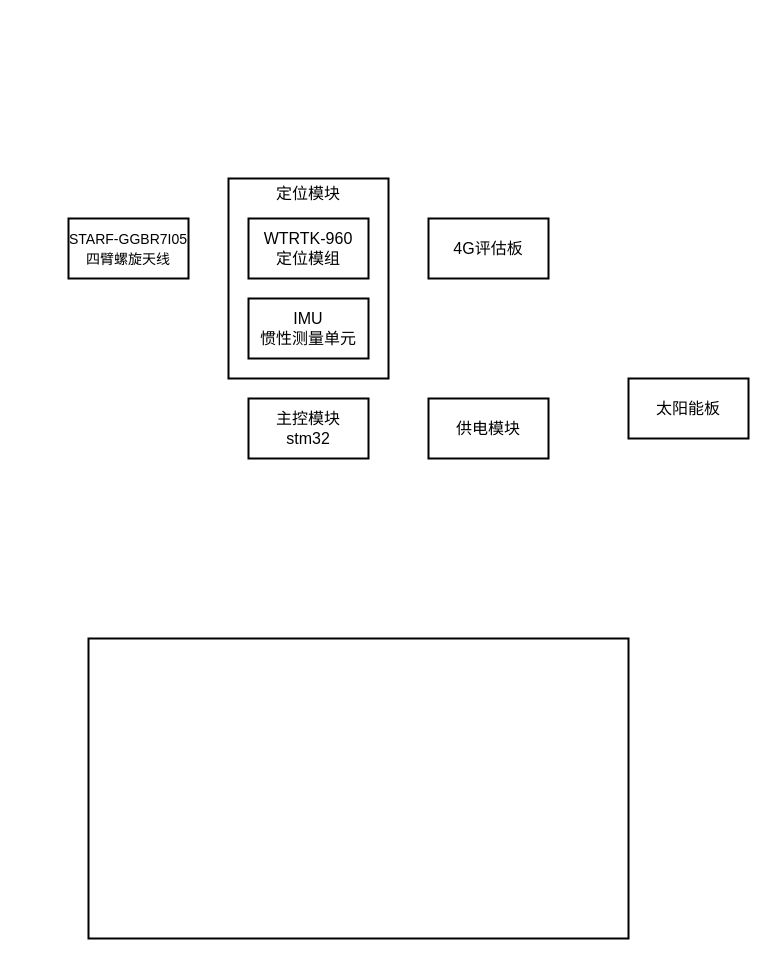
tanyunhao/lyf keeps this draw.io diagram as 结构.drawio. Above is the earlier version. Source tidied: cells renumbered, new cells numbered last; positions are measured from the earlier drawing's top-left corner, leaving out a move shared by most shapes. Both pictures are drawn from the tidied source at 100%, with x=0, y=0 at pixel (68, 148).
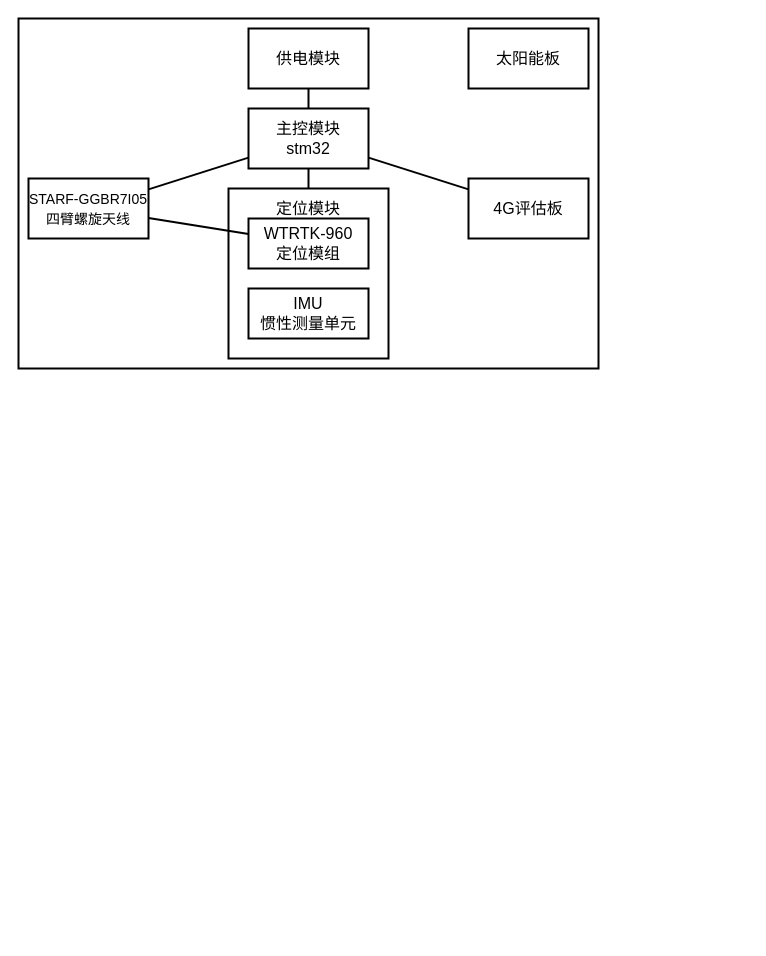
After the change.

The edit, as a diff of the source:
```diff
@@
 <mxGraphModel>
   <root>
     <mxCell id="0" />
     <mxCell id="1" parent="0" />
+    <mxCell id="12" style="rounded=0;whiteSpace=wrap;html=1;strokeWidth=2;fontSize=16;fontFamily=Helvetica;fontStyle=0;align=center;fillColor=none;" parent="1" vertex="1">
+      <mxGeometry x="-50" y="-130" width="580" height="350" as="geometry" />
+    </mxCell>
+    <mxCell id="13" style="edgeStyle=orthogonalEdgeStyle;rounded=0;jettySize=auto;html=1;endArrow=none;endFill=0;strokeWidth=2;" parent="1" edge="1" source="2" target="3">
+      <mxGeometry relative="1" as="geometry" />
+    </mxCell>
-    <mxCell id="2" value="供电模块" style="rounded=0;whiteSpace=wrap;html=1;strokeWidth=2;fontSize=16;fontFamily=Helvetica;fontStyle=0;align=center;" parent="1" vertex="1">
-      <mxGeometry x="360" y="250" width="120" height="60" as="geometry" />
+    <mxCell id="2" value="供电模块" style="rounded=0;whiteSpace=wrap;html=1;strokeWidth=2;fontSize=16;fontFamily=Helvetica;fontStyle=0;align=center;fillColor=none;" parent="1" vertex="1">
+      <mxGeometry x="180" y="-120" width="120" height="60" as="geometry" />
     </mxCell>
+    <mxCell id="14" style="rounded=0;jettySize=auto;html=1;endArrow=none;endFill=0;strokeWidth=2;" parent="1" edge="1" source="3" target="8">
+      <mxGeometry relative="1" as="geometry" />
+    </mxCell>
+    <mxCell id="15" style="rounded=0;jettySize=auto;html=1;strokeWidth=2;endArrow=none;endFill=0;" parent="1" edge="1" source="3" target="5">
+      <mxGeometry relative="1" as="geometry" />
+    </mxCell>
-    <mxCell id="3" value="主控模块&lt;div&gt;stm32&lt;/div&gt;" style="rounded=0;whiteSpace=wrap;html=1;strokeWidth=2;fontSize=16;fontFamily=Helvetica;fontStyle=0;align=center;" parent="1" vertex="1">
-      <mxGeometry x="180" y="250" width="120" height="60" as="geometry" />
+    <mxCell id="3" value="主控模块&lt;div&gt;stm32&lt;/div&gt;" style="rounded=0;whiteSpace=wrap;html=1;strokeWidth=2;fontSize=16;fontFamily=Helvetica;fontStyle=0;align=center;fillColor=none;" parent="1" vertex="1">
+      <mxGeometry x="180" y="-40" width="120" height="60" as="geometry" />
     </mxCell>
-    <mxCell id="4" value="4G评估板" style="rounded=0;whiteSpace=wrap;html=1;strokeWidth=2;fontSize=16;fontFamily=Helvetica;fontStyle=0;align=center;" parent="1" vertex="1">
-      <mxGeometry x="360" y="70" width="120" height="60" as="geometry" />
-    </mxCell>
+    <mxCell id="16" style="rounded=0;jettySize=auto;html=1;endArrow=none;endFill=0;strokeWidth=2;" parent="1" edge="1" source="5" target="9">
+      <mxGeometry relative="1" as="geometry" />
+    </mxCell>
-    <mxCell id="5" value="&lt;font style=&quot;font-size: 14px;&quot;&gt;STARF-GGBR7I05 四臂螺旋天线&lt;/font&gt;" style="rounded=0;whiteSpace=wrap;html=1;strokeWidth=2;fontSize=16;fontFamily=Helvetica;fontStyle=0;align=center;" parent="1" vertex="1">
-      <mxGeometry y="70" width="120" height="60" as="geometry" />
+    <mxCell id="5" value="&lt;font style=&quot;font-size: 14px;&quot;&gt;STARF-GGBR7I05 四臂螺旋天线&lt;/font&gt;" style="rounded=0;whiteSpace=wrap;html=1;strokeWidth=2;fontSize=16;fontFamily=Helvetica;fontStyle=0;align=center;fillColor=none;" parent="1" vertex="1">
+      <mxGeometry x="-40" y="30" width="120" height="60" as="geometry" />
     </mxCell>
-    <mxCell id="6" value="太阳能板" style="rounded=0;whiteSpace=wrap;html=1;strokeWidth=2;fontSize=16;fontFamily=Helvetica;fontStyle=0;align=center;" parent="1" vertex="1">
-      <mxGeometry x="560" y="230" width="120" height="60" as="geometry" />
+    <mxCell id="6" value="太阳能板" style="rounded=0;whiteSpace=wrap;html=1;strokeWidth=2;fontSize=16;fontFamily=Helvetica;fontStyle=0;align=center;fillColor=none;" parent="1" vertex="1">
+      <mxGeometry x="400" y="-120" width="120" height="60" as="geometry" />
     </mxCell>
-    <mxCell id="7" style="group;" parent="1" vertex="1">
-      <mxGeometry x="160" width="360" height="290" as="geometry" />
-    </mxCell>
-    <mxCell id="8" style="rounded=0;whiteSpace=wrap;html=1;strokeWidth=2;fontSize=16;fontFamily=Helvetica;fontStyle=0;align=center;fillColor=none;" parent="7" vertex="1">
-      <mxGeometry y="30" width="160" height="200" as="geometry" />
+    <mxCell id="8" style="rounded=0;whiteSpace=wrap;html=1;strokeWidth=2;fontSize=16;fontFamily=Helvetica;fontStyle=0;align=center;fillColor=none;" parent="1" vertex="1">
+      <mxGeometry x="160" y="40" width="160" height="170" as="geometry" />
     </mxCell>
-    <mxCell id="9" value="WTRTK-960&lt;br&gt;定位模组" style="rounded=0;whiteSpace=wrap;html=1;strokeWidth=2;fontSize=16;fontFamily=Helvetica;fontStyle=0;align=center;" parent="7" vertex="1">
-      <mxGeometry x="20" y="70" width="120" height="60" as="geometry" />
+    <mxCell id="9" value="WTRTK-960&lt;br&gt;定位模组" style="rounded=0;whiteSpace=wrap;html=1;strokeWidth=2;fontSize=16;fontFamily=Helvetica;fontStyle=0;align=center;fillColor=none;" parent="1" vertex="1">
+      <mxGeometry x="180" y="70" width="120" height="50" as="geometry" />
     </mxCell>
-    <mxCell id="10" value="IMU&lt;div&gt;惯性测量单元&lt;/div&gt;" style="rounded=0;whiteSpace=wrap;html=1;strokeWidth=2;fontSize=16;fontFamily=Helvetica;fontStyle=0;align=center;" parent="7" vertex="1">
-      <mxGeometry x="20" y="150" width="120" height="60" as="geometry" />
+    <mxCell id="10" value="IMU&lt;div&gt;惯性测量单元&lt;/div&gt;" style="rounded=0;whiteSpace=wrap;html=1;strokeWidth=2;fontSize=16;fontFamily=Helvetica;fontStyle=0;align=center;fillColor=none;" parent="1" vertex="1">
+      <mxGeometry x="180" y="140" width="120" height="50" as="geometry" />
     </mxCell>
-    <mxCell id="11" value="定位模块" style="rounded=0;whiteSpace=wrap;html=1;strokeWidth=2;fontSize=16;fontFamily=Helvetica;fontStyle=0;align=center;strokeColor=none;fillColor=none;" parent="7" vertex="1">
-      <mxGeometry x="20" y="30" width="120" height="30" as="geometry" />
+    <mxCell id="11" value="定位模块" style="rounded=0;whiteSpace=wrap;html=1;strokeWidth=2;fontSize=16;fontFamily=Helvetica;fontStyle=0;align=center;strokeColor=none;fillColor=none;" parent="1" vertex="1">
+      <mxGeometry x="180" y="45" width="120" height="30" as="geometry" />
     </mxCell>
-    <mxCell id="12" style="rounded=0;whiteSpace=wrap;html=1;strokeWidth=2;fontSize=16;fontFamily=Helvetica;fontStyle=0;align=center;fillColor=none;" parent="1" vertex="1">
-      <mxGeometry x="20" y="490" width="540" height="300" as="geometry" />
-    </mxCell>
+    <mxCell id="17" style="rounded=0;jettySize=auto;html=1;endArrow=none;endFill=0;strokeWidth=2;" parent="1" edge="1" source="4" target="3">
+      <mxGeometry relative="1" as="geometry" />
+    </mxCell>
+    <mxCell id="4" value="4G评估板" style="rounded=0;whiteSpace=wrap;html=1;strokeWidth=2;fontSize=16;fontFamily=Helvetica;fontStyle=0;align=center;fillColor=none;" parent="1" vertex="1">
+      <mxGeometry x="400" y="30" width="120" height="60" as="geometry" />
+    </mxCell>
   </root>
 </mxGraphModel>
```
